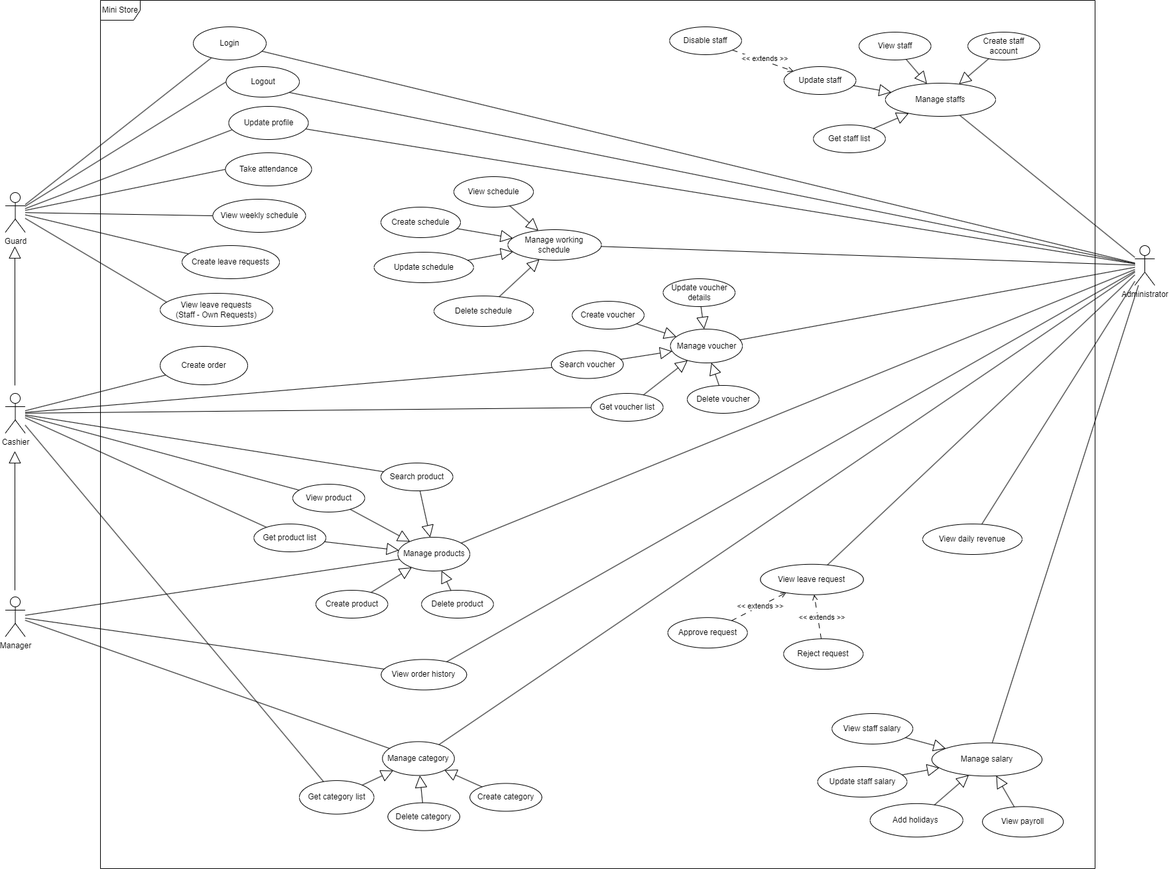
This is diagram/usecase.png from HieuNghia0000/SWP-Team-3, a draw.io export, as it was before one commit. Source tidied: cells renumbered, new cells last; positions are measured from the earlier drawing's top-left corner, leaving out a move shared by most shapes.
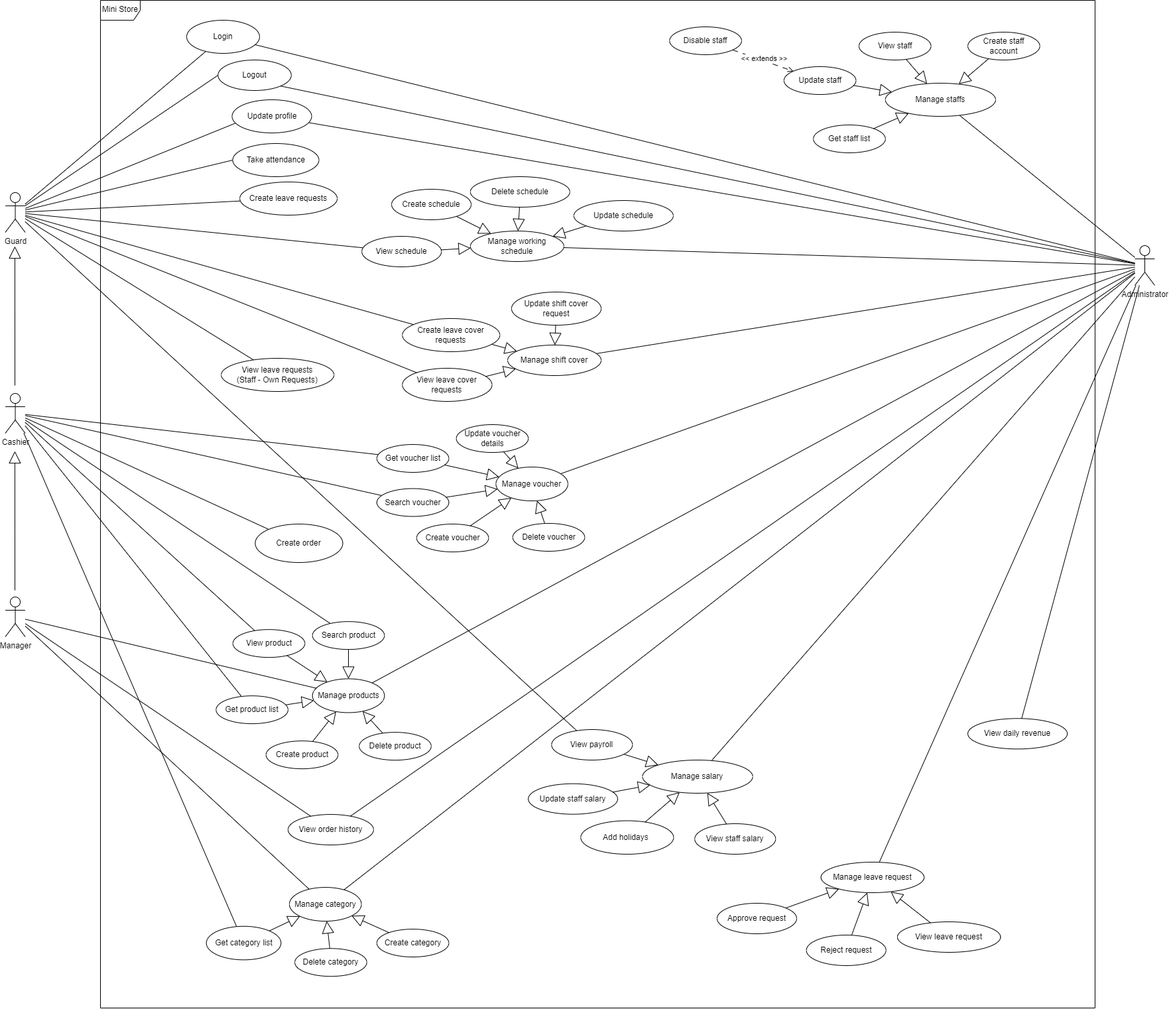
After the change.

What changed in the source:
```diff
@@ -5,3 +5,3 @@
     <mxCell id="2" value="Mini Store" style="shape=umlFrame;whiteSpace=wrap;html=1;width=60;height=30;" parent="1" vertex="1">
-      <mxGeometry x="143" width="1500" height="1310" as="geometry" />
+      <mxGeometry x="143" width="1500" height="1520" as="geometry" />
     </mxCell>
@@ -32,3 +32,3 @@
     <mxCell id="11" value="Login" style="ellipse;whiteSpace=wrap;html=1;" parent="1" vertex="1">
-      <mxGeometry x="283" y="40" width="110" height="50" as="geometry" />
+      <mxGeometry x="273" y="30" width="110" height="50" as="geometry" />
     </mxCell>
@@ -38,3 +38,3 @@
     <mxCell id="13" value="Logout&lt;br&gt;" style="ellipse;whiteSpace=wrap;html=1;" parent="1" vertex="1">
-      <mxGeometry x="332.5" y="100" width="110.5" height="46" as="geometry" />
+      <mxGeometry x="320.3" y="90" width="110.5" height="46" as="geometry" />
     </mxCell>
@@ -47,3 +47,3 @@
     <mxCell id="16" value="Update profile" style="ellipse;whiteSpace=wrap;html=1;" parent="1" vertex="1">
-      <mxGeometry x="336.5" y="160" width="120" height="50" as="geometry" />
+      <mxGeometry x="341.5" y="150" width="120" height="50" as="geometry" />
     </mxCell>
@@ -53,11 +53,8 @@
     <mxCell id="18" value="Take attendance" style="ellipse;whiteSpace=wrap;html=1;" parent="1" vertex="1">
-      <mxGeometry x="331.5" y="230" width="130" height="50" as="geometry" />
+      <mxGeometry x="342.5" y="216" width="130" height="50" as="geometry" />
     </mxCell>
-    <mxCell id="19" style="rounded=0;jettySize=auto;html=1;endArrow=none;endFill=0;exitX=0;exitY=0.5;exitDx=0;exitDy=0;" parent="1" edge="1" source="20" target="6">
+    <mxCell id="19" style="rounded=0;jettySize=auto;html=1;endArrow=none;endFill=0;" parent="1" edge="1" source="64" target="6">
       <mxGeometry relative="1" as="geometry" />
     </mxCell>
-    <mxCell id="20" value="View weekly schedule" style="ellipse;whiteSpace=wrap;html=1;" parent="1" vertex="1">
-      <mxGeometry x="312.5" y="300" width="140" height="50" as="geometry" />
-    </mxCell>
-    <mxCell id="21" style="rounded=0;jettySize=auto;html=1;endArrow=none;endFill=0;exitX=0.064;exitY=0.248;exitDx=0;exitDy=0;exitPerimeter=0;" parent="1" edge="1" source="22" target="6">
+    <mxCell id="21" style="rounded=0;jettySize=auto;html=1;endArrow=none;endFill=0;" parent="1" edge="1" source="22" target="6">
       <mxGeometry relative="1" as="geometry" />
@@ -65,5 +62,5 @@
     <mxCell id="22" value="Create leave requests" style="ellipse;whiteSpace=wrap;html=1;" parent="1" vertex="1">
-      <mxGeometry x="266" y="370" width="147" height="50" as="geometry" />
+      <mxGeometry x="353.1" y="274" width="147" height="50" as="geometry" />
     </mxCell>
-    <mxCell id="23" style="rounded=0;jettySize=auto;html=1;endArrow=none;endFill=0;exitX=0.067;exitY=0.286;exitDx=0;exitDy=0;exitPerimeter=0;" parent="1" edge="1" source="24" target="6">
+    <mxCell id="23" style="rounded=0;jettySize=auto;html=1;endArrow=none;endFill=0;" parent="1" edge="1" source="24" target="6">
       <mxGeometry relative="1" as="geometry" />
@@ -71,3 +68,3 @@
     <mxCell id="24" value="View leave requests&lt;br&gt;(Staff - Own Requests)" style="ellipse;whiteSpace=wrap;html=1;" parent="1" vertex="1">
-      <mxGeometry x="233" y="442" width="170" height="50" as="geometry" />
+      <mxGeometry x="325.2" y="540" width="170" height="50" as="geometry" />
     </mxCell>
@@ -77,6 +74,6 @@
     <mxCell id="26" value="Create order" style="ellipse;whiteSpace=wrap;html=1;" parent="1" vertex="1">
-      <mxGeometry x="233" y="522" width="132" height="58" as="geometry" />
+      <mxGeometry x="376.4" y="790" width="132" height="58" as="geometry" />
     </mxCell>
     <mxCell id="27" value="View order history" style="ellipse;whiteSpace=wrap;html=1;" parent="1" vertex="1">
-      <mxGeometry x="566.3" y="994.4" width="129" height="46" as="geometry" />
+      <mxGeometry x="425.9" y="1228" width="129" height="46" as="geometry" />
     </mxCell>
@@ -107,12 +104,12 @@
     <mxCell id="35" value="Manage products" style="ellipse;whiteSpace=wrap;html=1;" parent="1" vertex="1">
-      <mxGeometry x="591.6" y="810" width="108.6" height="51" as="geometry" />
+      <mxGeometry x="462.7" y="1023.4" width="108.6" height="51" as="geometry" />
     </mxCell>
     <mxCell id="36" value="View product" style="ellipse;whiteSpace=wrap;html=1;" parent="1" vertex="1">
-      <mxGeometry x="433" y="730" width="108.6" height="42" as="geometry" />
+      <mxGeometry x="342.7" y="949.1" width="108.6" height="42" as="geometry" />
     </mxCell>
     <mxCell id="37" value="Create product" style="ellipse;whiteSpace=wrap;html=1;" parent="1" vertex="1">
-      <mxGeometry x="467.8" y="890" width="108.6" height="42" as="geometry" />
+      <mxGeometry x="392.7" y="1117.1" width="108.6" height="42" as="geometry" />
     </mxCell>
     <mxCell id="38" value="Delete product" style="ellipse;whiteSpace=wrap;html=1;" parent="1" vertex="1">
-      <mxGeometry x="627.2" y="890" width="108.6" height="42" as="geometry" />
+      <mxGeometry x="533.2" y="1104.1" width="108.6" height="42" as="geometry" />
     </mxCell>
@@ -122,3 +119,3 @@
     <mxCell id="40" value="Search product" style="ellipse;whiteSpace=wrap;html=1;" parent="1" vertex="1">
-      <mxGeometry x="566" y="698" width="108.6" height="42" as="geometry" />
+      <mxGeometry x="462.7" y="937.1" width="108.6" height="42" as="geometry" />
     </mxCell>
@@ -137,3 +134,3 @@
     <mxCell id="45" value="Get product list" style="ellipse;whiteSpace=wrap;html=1;" parent="1" vertex="1">
-      <mxGeometry x="374.4" y="790" width="108.6" height="42" as="geometry" />
+      <mxGeometry x="317.4" y="1049.1" width="108.6" height="42" as="geometry" />
     </mxCell>
@@ -146,3 +143,3 @@
     <mxCell id="48" value="View daily revenue" style="ellipse;whiteSpace=wrap;html=1;" parent="1" vertex="1">
-      <mxGeometry x="1383" y="790" width="150" height="46" as="geometry" />
+      <mxGeometry x="1451.1" y="1083.3" width="150" height="46" as="geometry" />
     </mxCell>
@@ -179,3 +176,3 @@
     <mxCell id="59" value="Update schedule" style="ellipse;whiteSpace=wrap;html=1;" parent="1" vertex="1">
-      <mxGeometry x="555.7" y="380" width="150" height="46" as="geometry" />
+      <mxGeometry x="856.9" y="302" width="150" height="46" as="geometry" />
     </mxCell>
@@ -188,9 +185,9 @@
     <mxCell id="62" value="Manage working schedule" style="ellipse;whiteSpace=wrap;html=1;" parent="1" vertex="1">
-      <mxGeometry x="757.4" y="346" width="141" height="46" as="geometry" />
+      <mxGeometry x="700.9" y="348" width="141" height="46" as="geometry" />
     </mxCell>
     <mxCell id="63" value="Create schedule" style="ellipse;whiteSpace=wrap;html=1;" parent="1" vertex="1">
-      <mxGeometry x="566" y="312" width="120" height="46" as="geometry" />
+      <mxGeometry x="582.1" y="285" width="120" height="46" as="geometry" />
     </mxCell>
     <mxCell id="64" value="View schedule" style="ellipse;whiteSpace=wrap;html=1;" parent="1" vertex="1">
-      <mxGeometry x="676" y="266" width="120" height="46" as="geometry" />
+      <mxGeometry x="537.2" y="356" width="120" height="46" as="geometry" />
     </mxCell>
@@ -203,3 +200,3 @@
     <mxCell id="67" value="Delete schedule" style="ellipse;whiteSpace=wrap;html=1;" parent="1" vertex="1">
-      <mxGeometry x="646" y="446" width="150" height="46" as="geometry" />
+      <mxGeometry x="700.9" y="266" width="150" height="46" as="geometry" />
     </mxCell>
@@ -208,7 +205,7 @@
     </mxCell>
-    <mxCell id="69" value="View leave request" style="ellipse;whiteSpace=wrap;html=1;" parent="1" vertex="1">
-      <mxGeometry x="1138.3" y="850.8" width="155.4" height="46" as="geometry" />
+    <mxCell id="69" value="Manage leave request" style="ellipse;whiteSpace=wrap;html=1;" parent="1" vertex="1">
+      <mxGeometry x="1229.7" y="1300" width="155.4" height="46" as="geometry" />
     </mxCell>
     <mxCell id="70" value="Approve request" style="ellipse;whiteSpace=wrap;html=1;" parent="1" vertex="1">
-      <mxGeometry x="998.7" y="931.2" width="120" height="46" as="geometry" />
+      <mxGeometry x="1073" y="1362" width="120" height="46" as="geometry" />
     </mxCell>
@@ -218,15 +215,18 @@
     <mxCell id="72" value="Manage salary" style="ellipse;whiteSpace=wrap;html=1;" parent="1" vertex="1">
-      <mxGeometry x="1396.8" y="1120.3" width="166.2" height="50" as="geometry" />
+      <mxGeometry x="960.5" y="1146" width="166.2" height="50" as="geometry" />
     </mxCell>
     <mxCell id="73" value="View staff salary" style="ellipse;whiteSpace=wrap;html=1;" parent="1" vertex="1">
-      <mxGeometry x="1246.2" y="1076" width="122" height="46" as="geometry" />
+      <mxGeometry x="1039.2" y="1242" width="122" height="46" as="geometry" />
     </mxCell>
     <mxCell id="74" value="Add holidays&amp;nbsp;" style="ellipse;whiteSpace=wrap;html=1;" parent="1" vertex="1">
-      <mxGeometry x="1303.7" y="1211.8" width="140" height="50.5" as="geometry" />
+      <mxGeometry x="867.4" y="1237.5" width="140" height="50.5" as="geometry" />
     </mxCell>
     <mxCell id="75" value="Update staff salary" style="ellipse;whiteSpace=wrap;html=1;" parent="1" vertex="1">
-      <mxGeometry x="1224.6" y="1156" width="134.8" height="46" as="geometry" />
+      <mxGeometry x="788.3" y="1181.7" width="134.8" height="46" as="geometry" />
     </mxCell>
+    <mxCell id="114" style="rounded=0;jettySize=auto;html=1;endArrow=none;endFill=0;" parent="1" edge="1" source="76" target="6">
+      <mxGeometry relative="1" as="geometry" />
+    </mxCell>
     <mxCell id="76" value="View payroll" style="ellipse;whiteSpace=wrap;html=1;" parent="1" vertex="1">
-      <mxGeometry x="1473.2" y="1216.3" width="122" height="46" as="geometry" />
+      <mxGeometry x="823.4" y="1100" width="122" height="46" as="geometry" />
     </mxCell>
@@ -254,12 +254,12 @@
     <mxCell id="83" value="Manage voucher" style="ellipse;whiteSpace=wrap;html=1;" parent="1" vertex="1">
-      <mxGeometry x="1002.6" y="496" width="108.6" height="51" as="geometry" />
+      <mxGeometry x="739.4" y="704" width="108.6" height="51" as="geometry" />
     </mxCell>
     <mxCell id="84" value="Update voucher details" style="ellipse;whiteSpace=wrap;html=1;" parent="1" vertex="1">
-      <mxGeometry x="991.6" y="420" width="108.6" height="42" as="geometry" />
+      <mxGeometry x="679.7" y="640" width="108.6" height="42" as="geometry" />
     </mxCell>
     <mxCell id="85" value="Create voucher" style="ellipse;whiteSpace=wrap;html=1;" parent="1" vertex="1">
-      <mxGeometry x="854.4" y="454" width="108.6" height="42" as="geometry" />
+      <mxGeometry x="619.8" y="790" width="108.6" height="42" as="geometry" />
     </mxCell>
     <mxCell id="86" value="Delete voucher" style="ellipse;whiteSpace=wrap;html=1;" parent="1" vertex="1">
-      <mxGeometry x="1027.9" y="581" width="108.6" height="42" as="geometry" />
+      <mxGeometry x="764.8" y="789" width="108.6" height="42" as="geometry" />
     </mxCell>
@@ -269,3 +269,3 @@
     <mxCell id="88" value="Search voucher" style="ellipse;whiteSpace=wrap;html=1;" parent="1" vertex="1">
-      <mxGeometry x="823" y="528.5" width="108.6" height="42" as="geometry" />
+      <mxGeometry x="559.8" y="736.5" width="108.6" height="42" as="geometry" />
     </mxCell>
@@ -287,3 +287,3 @@
     <mxCell id="94" value="Get voucher list" style="ellipse;whiteSpace=wrap;html=1;" parent="1" vertex="1">
-      <mxGeometry x="883" y="593" width="108.6" height="42" as="geometry" />
+      <mxGeometry x="559.8" y="670" width="108.6" height="42" as="geometry" />
     </mxCell>
@@ -296,9 +296,9 @@
     <mxCell id="97" value="Manage category" style="ellipse;whiteSpace=wrap;html=1;" parent="1" vertex="1">
-      <mxGeometry x="568.2" y="1118.4" width="108.6" height="51" as="geometry" />
+      <mxGeometry x="428" y="1338" width="108.6" height="51" as="geometry" />
     </mxCell>
     <mxCell id="98" value="Create category" style="ellipse;whiteSpace=wrap;html=1;" parent="1" vertex="1">
-      <mxGeometry x="700.1" y="1181.4" width="108.6" height="42" as="geometry" />
+      <mxGeometry x="559.8" y="1401" width="108.6" height="42" as="geometry" />
     </mxCell>
     <mxCell id="99" value="Delete category" style="ellipse;whiteSpace=wrap;html=1;" parent="1" vertex="1">
-      <mxGeometry x="576.4" y="1210.6" width="108.6" height="42" as="geometry" />
+      <mxGeometry x="436.1" y="1430.2" width="108.6" height="42" as="geometry" />
     </mxCell>
@@ -314,3 +314,3 @@
     <mxCell id="103" value="Get category list" style="ellipse;whiteSpace=wrap;html=1;" parent="1" vertex="1">
-      <mxGeometry x="443" y="1177.1" width="112.5" height="50.6" as="geometry" />
+      <mxGeometry x="302.7" y="1396.8" width="112.5" height="50.6" as="geometry" />
     </mxCell>
@@ -333,21 +333,47 @@
     </mxCell>
+    <mxCell id="111" value="Reject request" style="ellipse;whiteSpace=wrap;html=1;" parent="1" vertex="1">
+      <mxGeometry x="1207.7" y="1410" width="120" height="46" as="geometry" />
+    </mxCell>
+    <mxCell id="115" value="View leave request" style="ellipse;whiteSpace=wrap;html=1;" parent="1" vertex="1">
+      <mxGeometry x="1345" y="1390" width="155.4" height="46" as="geometry" />
+    </mxCell>
-    <mxCell id="109" style="rounded=0;jettySize=auto;html=1;endArrow=open;endFill=0;startArrow=none;startFill=0;dashed=1;dashPattern=8 8;" parent="1" edge="1" source="70" target="69">
+    <mxCell id="109" style="endArrow=block;endSize=16;endFill=0;html=1;rounded=0;" parent="1" edge="1" source="70" target="69">
       <mxGeometry relative="1" as="geometry" />
     </mxCell>
-    <mxCell id="110" value="&amp;lt;&amp;lt; extends &amp;gt;&amp;gt;" style="edgeLabel;html=1;align=center;verticalAlign=middle;" parent="109" vertex="1">
-      <mxGeometry x="0.3" relative="1" as="geometry">
-        <mxPoint x="-11" y="5" as="offset" />
-      </mxGeometry>
-    </mxCell>
-    <mxCell id="111" value="Reject request" style="ellipse;whiteSpace=wrap;html=1;" parent="1" vertex="1">
-      <mxGeometry x="1173.3" y="963.2" width="120" height="46" as="geometry" />
-    </mxCell>
-    <mxCell id="112" style="rounded=0;jettySize=auto;html=1;endArrow=open;endFill=0;startArrow=none;startFill=0;dashed=1;dashPattern=8 8;" parent="1" edge="1" source="111" target="69">
+    <mxCell id="112" style="endArrow=block;endSize=16;endFill=0;html=1;rounded=0;" parent="1" edge="1" source="111" target="69">
       <mxGeometry relative="1" as="geometry" />
     </mxCell>
-    <mxCell id="113" value="&amp;lt;&amp;lt; extends &amp;gt;&amp;gt;" style="edgeLabel;html=1;align=center;verticalAlign=middle;" parent="112" vertex="1">
-      <mxGeometry x="0.3" relative="1" as="geometry">
-        <mxPoint x="7" y="10" as="offset" />
-      </mxGeometry>
-    </mxCell>
+    <mxCell id="116" style="endArrow=block;endSize=16;endFill=0;html=1;rounded=0;" parent="1" edge="1" source="115" target="69">
+      <mxGeometry relative="1" as="geometry" />
+    </mxCell>
+    <mxCell id="117" value="Create leave cover requests" style="ellipse;whiteSpace=wrap;html=1;" parent="1" vertex="1">
+      <mxGeometry x="598.4" y="480" width="147" height="50" as="geometry" />
+    </mxCell>
+    <mxCell id="118" style="rounded=0;jettySize=auto;html=1;endArrow=none;endFill=0;" parent="1" edge="1" source="119" target="33">
+      <mxGeometry relative="1" as="geometry" />
+    </mxCell>
+    <mxCell id="119" value="Manage shift cover" style="ellipse;whiteSpace=wrap;html=1;" parent="1" vertex="1">
+      <mxGeometry x="757.1" y="520" width="141" height="46" as="geometry" />
+    </mxCell>
+    <mxCell id="120" value="Update shift cover request" style="ellipse;whiteSpace=wrap;html=1;" parent="1" vertex="1">
+      <mxGeometry x="763" y="440" width="135.2" height="50" as="geometry" />
+    </mxCell>
+    <mxCell id="121" value="View leave cover requests" style="ellipse;whiteSpace=wrap;html=1;" parent="1" vertex="1">
+      <mxGeometry x="598.4" y="555" width="135.2" height="50" as="geometry" />
+    </mxCell>
+    <mxCell id="122" style="endArrow=block;endSize=16;endFill=0;html=1;rounded=0;" parent="1" edge="1" source="121" target="119">
+      <mxGeometry relative="1" as="geometry" />
+    </mxCell>
+    <mxCell id="123" style="endArrow=block;endSize=16;endFill=0;html=1;rounded=0;" parent="1" edge="1" source="117" target="119">
+      <mxGeometry relative="1" as="geometry" />
+    </mxCell>
+    <mxCell id="124" style="endArrow=block;endSize=16;endFill=0;html=1;rounded=0;" parent="1" edge="1" source="120" target="119">
+      <mxGeometry relative="1" as="geometry" />
+    </mxCell>
+    <mxCell id="125" style="rounded=0;jettySize=auto;html=1;endArrow=none;endFill=0;" parent="1" edge="1" source="121" target="6">
+      <mxGeometry relative="1" as="geometry" />
+    </mxCell>
+    <mxCell id="126" style="rounded=0;jettySize=auto;html=1;endArrow=none;endFill=0;" parent="1" edge="1" source="117" target="6">
+      <mxGeometry relative="1" as="geometry" />
+    </mxCell>
   </root>
```
